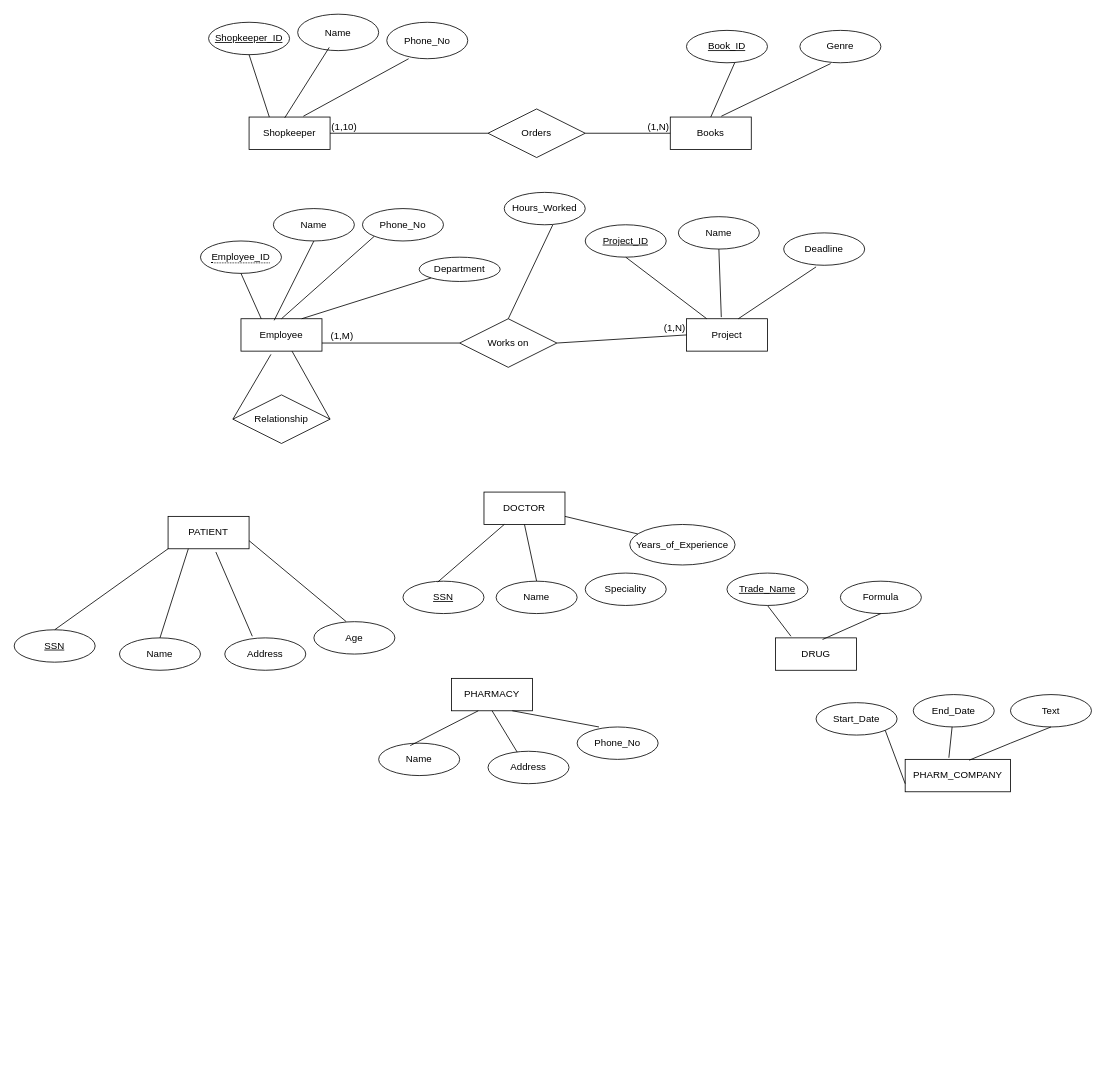
Earlier version of the draw.io diagram Untitled Diagram.drawio (dhy-ani/dbms). Source tidied: cells renumbered, new cells numbered last; positions are measured from the earlier drawing's top-left corner, leaving out a move shared by most shapes. Both pictures are drawn from the tidied source at 81%, with x=0, y=0 at pixel (14, 14).
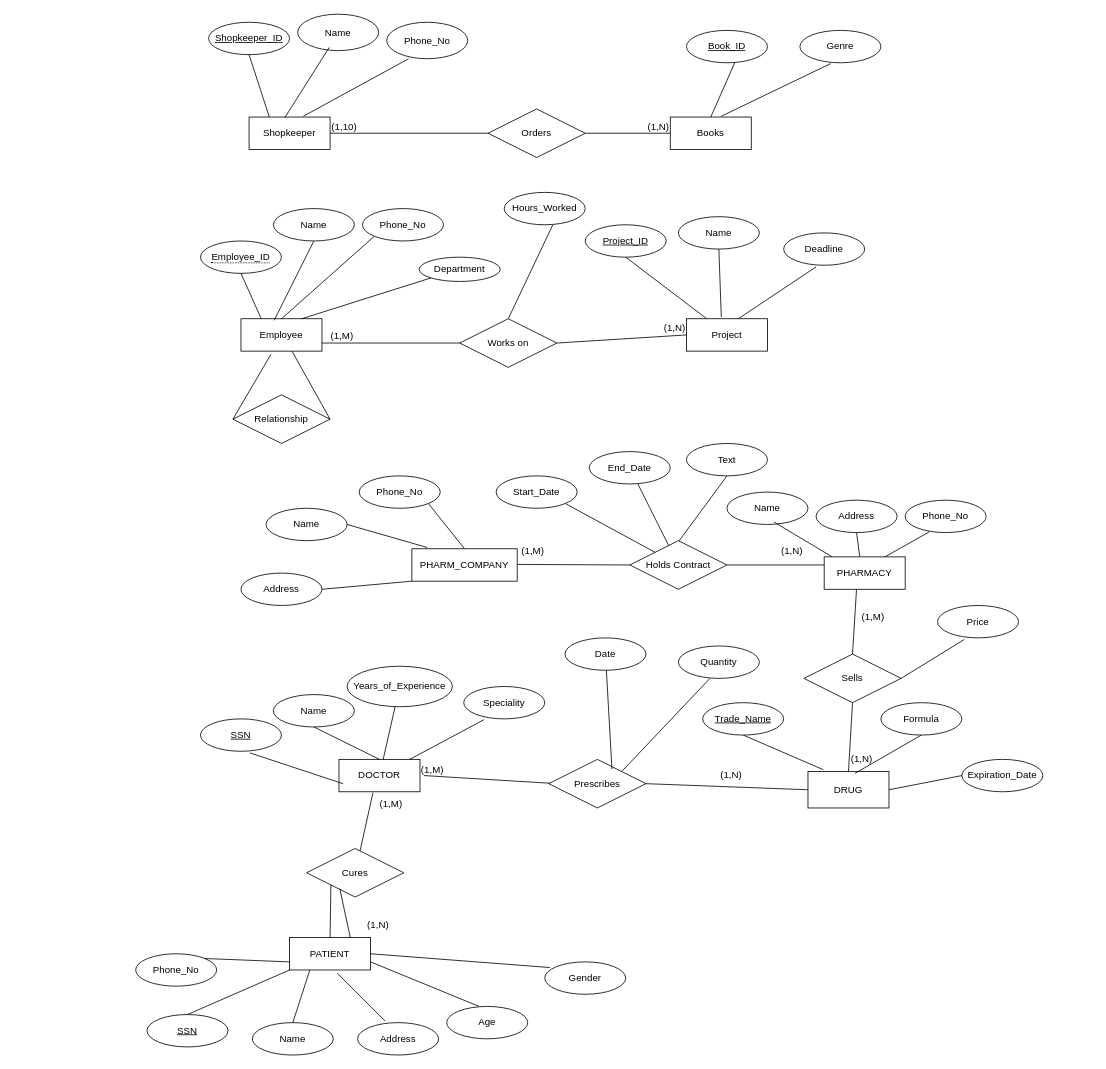
The same page after the edit.

Diff of the diagram source:
```diff
@@
     <mxCell id="45" value="PATIENT" style="whiteSpace=wrap;html=1;align=center;" parent="1" vertex="1">
-      <mxGeometry x="190" y="620" width="100" height="40" as="geometry" />
+      <mxGeometry x="340" y="1140" width="100" height="40" as="geometry" />
     </mxCell>
     <mxCell id="46" value="SSN" style="ellipse;whiteSpace=wrap;html=1;align=center;fontStyle=4;" parent="1" vertex="1">
-      <mxGeometry y="760" width="100" height="40" as="geometry" />
+      <mxGeometry x="164" y="1235" width="100" height="40" as="geometry" />
     </mxCell>
@@
     <mxCell id="48" value="Name" style="ellipse;whiteSpace=wrap;html=1;align=center;" parent="1" vertex="1">
-      <mxGeometry x="130" y="770" width="100" height="40" as="geometry" />
+      <mxGeometry x="294" y="1245" width="100" height="40" as="geometry" />
     </mxCell>
@@
     <mxCell id="50" value="Address" style="ellipse;whiteSpace=wrap;html=1;align=center;" parent="1" vertex="1">
-      <mxGeometry x="260" y="770" width="100" height="40" as="geometry" />
+      <mxGeometry x="424" y="1245" width="100" height="40" as="geometry" />
     </mxCell>
@@
     <mxCell id="52" value="Age" style="ellipse;whiteSpace=wrap;html=1;align=center;" parent="1" vertex="1">
-      <mxGeometry x="370" y="750" width="100" height="40" as="geometry" />
+      <mxGeometry x="534" y="1225" width="100" height="40" as="geometry" />
     </mxCell>
@@
     <mxCell id="54" value="DOCTOR" style="whiteSpace=wrap;html=1;align=center;" parent="1" vertex="1">
-      <mxGeometry x="580" y="590" width="100" height="40" as="geometry" />
+      <mxGeometry x="401" y="920" width="100" height="40" as="geometry" />
     </mxCell>
     <mxCell id="55" value="SSN" style="ellipse;whiteSpace=wrap;html=1;align=center;fontStyle=4;" parent="1" vertex="1">
-      <mxGeometry x="480" y="700" width="100" height="40" as="geometry" />
+      <mxGeometry x="230" y="870" width="100" height="40" as="geometry" />
     </mxCell>
-    <mxCell id="56" style="endArrow=none;html=1;rounded=0;exitX=0.43;exitY=0.025;exitDx=0;exitDy=0;entryX=0.25;entryY=1;entryDx=0;entryDy=0;exitPerimeter=0;" parent="1" edge="1" source="55" target="54">
-      <mxGeometry relative="1" as="geometry" />
+    <mxCell id="56" style="endArrow=none;html=1;rounded=0;exitX=0.61;exitY=1.05;exitDx=0;exitDy=0;exitPerimeter=0;" parent="1" edge="1" source="55">
+      <mxGeometry relative="1" as="geometry">
+        <mxPoint x="406" y="950" as="targetPoint" />
+      </mxGeometry>
     </mxCell>
     <mxCell id="57" value="Name" style="ellipse;whiteSpace=wrap;html=1;align=center;" parent="1" vertex="1">
-      <mxGeometry x="595" y="700" width="100" height="40" as="geometry" />
+      <mxGeometry x="320" y="840" width="100" height="40" as="geometry" />
     </mxCell>
-    <mxCell id="58" style="endArrow=none;html=1;rounded=0;exitX=0.5;exitY=1;exitDx=0;exitDy=0;entryX=0.5;entryY=0;entryDx=0;entryDy=0;" parent="1" edge="1" source="54" target="57">
+    <mxCell id="58" style="endArrow=none;html=1;rounded=0;exitX=0.5;exitY=0;exitDx=0;exitDy=0;entryX=0.5;entryY=1;entryDx=0;entryDy=0;" parent="1" edge="1" source="54" target="57">
       <mxGeometry relative="1" as="geometry" />
     </mxCell>
     <mxCell id="59" value="Years_of_Experience" style="ellipse;whiteSpace=wrap;html=1;align=center;" parent="1" vertex="1">
-      <mxGeometry x="760" y="630" width="130" height="50" as="geometry" />
+      <mxGeometry x="411" y="805" width="130" height="50" as="geometry" />
     </mxCell>
     <mxCell id="60" value="Speciality" style="ellipse;whiteSpace=wrap;html=1;align=center;" parent="1" vertex="1">
-      <mxGeometry x="705" y="690" width="100" height="40" as="geometry" />
+      <mxGeometry x="555" y="830" width="100" height="40" as="geometry" />
     </mxCell>
-    <mxCell id="61" style="endArrow=none;html=1;rounded=0;exitX=1;exitY=0.75;exitDx=0;exitDy=0;" parent="1" edge="1" source="54" target="59">
+    <mxCell id="61" style="endArrow=none;html=1;rounded=0;" parent="1" edge="1" source="54" target="59">
       <mxGeometry relative="1" as="geometry" />
     </mxCell>
-    <mxCell id="62" value="PHARMACY" style="whiteSpace=wrap;html=1;align=center;" parent="1" vertex="1">
-      <mxGeometry x="540" y="820" width="100" height="40" as="geometry" />
-    </mxCell>
     <mxCell id="63" value="Name" style="ellipse;whiteSpace=wrap;html=1;align=center;" parent="1" vertex="1">
-      <mxGeometry x="450" y="900" width="100" height="40" as="geometry" />
+      <mxGeometry x="880" y="590" width="100" height="40" as="geometry" />
     </mxCell>
     <mxCell id="64" value="Address" style="ellipse;whiteSpace=wrap;html=1;align=center;" parent="1" vertex="1">
-      <mxGeometry x="585" y="910" width="100" height="40" as="geometry" />
+      <mxGeometry x="990" y="600" width="100" height="40" as="geometry" />
     </mxCell>
     <mxCell id="65" value="Phone_No" style="ellipse;whiteSpace=wrap;html=1;align=center;" parent="1" vertex="1">
-      <mxGeometry x="695" y="880" width="100" height="40" as="geometry" />
+      <mxGeometry x="1100" y="600" width="100" height="40" as="geometry" />
     </mxCell>
-    <mxCell id="66" style="endArrow=none;html=1;rounded=0;exitX=0.5;exitY=1;exitDx=0;exitDy=0;entryX=0.36;entryY=0.025;entryDx=0;entryDy=0;entryPerimeter=0;" parent="1" edge="1" source="62" target="64">
+    <mxCell id="66" style="endArrow=none;html=1;rounded=0;exitX=0.44;exitY=0;exitDx=0;exitDy=0;entryX=0.5;entryY=1;entryDx=0;entryDy=0;exitPerimeter=0;" parent="1" edge="1" source="62" target="64">
       <mxGeometry relative="1" as="geometry" />
     </mxCell>
-    <mxCell id="67" style="endArrow=none;html=1;rounded=0;exitX=0.39;exitY=0.075;exitDx=0;exitDy=0;exitPerimeter=0;entryX=0.33;entryY=1;entryDx=0;entryDy=0;entryPerimeter=0;" parent="1" edge="1" source="63" target="62">
+    <mxCell id="67" style="endArrow=none;html=1;rounded=0;exitX=0.58;exitY=0.925;exitDx=0;exitDy=0;exitPerimeter=0;entryX=0.1;entryY=0;entryDx=0;entryDy=0;entryPerimeter=0;" parent="1" edge="1" source="63" target="62">
       <mxGeometry relative="1" as="geometry" />
     </mxCell>
-    <mxCell id="68" style="endArrow=none;html=1;rounded=0;exitX=0.75;exitY=1;exitDx=0;exitDy=0;entryX=0.27;entryY=0;entryDx=0;entryDy=0;entryPerimeter=0;" parent="1" edge="1" source="62" target="65">
+    <mxCell id="68" style="endArrow=none;html=1;rounded=0;exitX=0.75;exitY=0;exitDx=0;exitDy=0;entryX=0.3;entryY=0.975;entryDx=0;entryDy=0;entryPerimeter=0;" parent="1" edge="1" source="62" target="65">
       <mxGeometry relative="1" as="geometry" />
     </mxCell>
     <mxCell id="69" value="DRUG" style="whiteSpace=wrap;html=1;align=center;" parent="1" vertex="1">
-      <mxGeometry x="940" y="770" width="100" height="40" as="geometry" />
+      <mxGeometry x="980" y="935" width="100" height="45" as="geometry" />
     </mxCell>
     <mxCell id="70" value="Formula" style="ellipse;whiteSpace=wrap;html=1;align=center;" parent="1" vertex="1">
-      <mxGeometry x="1020" y="700" width="100" height="40" as="geometry" />
+      <mxGeometry x="1070" y="850" width="100" height="40" as="geometry" />
     </mxCell>
@@
     <mxCell id="73" value="PHARM_COMPANY" style="whiteSpace=wrap;html=1;align=center;" parent="1" vertex="1">
-      <mxGeometry x="1100" y="920" width="130" height="40" as="geometry" />
+      <mxGeometry x="491" y="660" width="130" height="40" as="geometry" />
     </mxCell>
     <mxCell id="74" value="End_Date" style="ellipse;whiteSpace=wrap;html=1;align=center;" parent="1" vertex="1">
-      <mxGeometry x="1110" y="840" width="100" height="40" as="geometry" />
+      <mxGeometry x="710" y="540" width="100" height="40" as="geometry" />
     </mxCell>
     <mxCell id="75" value="Text" style="ellipse;whiteSpace=wrap;html=1;align=center;" parent="1" vertex="1">
-      <mxGeometry x="1230" y="840" width="100" height="40" as="geometry" />
+      <mxGeometry x="830" y="530" width="100" height="40" as="geometry" />
     </mxCell>
     <mxCell id="76" value="Start_Date" style="ellipse;whiteSpace=wrap;html=1;align=center;" parent="1" vertex="1">
-      <mxGeometry x="990" y="850" width="100" height="40" as="geometry" />
+      <mxGeometry x="595" y="570" width="100" height="40" as="geometry" />
     </mxCell>
-    <mxCell id="77" style="endArrow=none;html=1;rounded=0;exitX=1;exitY=1;exitDx=0;exitDy=0;entryX=0;entryY=0.75;entryDx=0;entryDy=0;" parent="1" edge="1" source="76" target="73">
+    <mxCell id="77" style="endArrow=none;html=1;rounded=0;exitX=1;exitY=1;exitDx=0;exitDy=0;" parent="1" edge="1" source="76" target="104">
       <mxGeometry relative="1" as="geometry" />
     </mxCell>
-    <mxCell id="78" style="endArrow=none;html=1;rounded=0;exitX=0.608;exitY=0.025;exitDx=0;exitDy=0;exitPerimeter=0;entryX=0.5;entryY=1;entryDx=0;entryDy=0;" parent="1" edge="1" source="73" target="75">
+    <mxCell id="78" style="endArrow=none;html=1;rounded=0;exitX=0.608;exitY=0.025;exitDx=0;exitDy=0;exitPerimeter=0;entryX=0.5;entryY=1;entryDx=0;entryDy=0;" parent="1" edge="1" target="75">
       <mxGeometry relative="1" as="geometry">
-        <Array as="points">
-          <mxPoint x="1230" y="900" />
-        </Array>
+        <mxPoint x="813" y="661" as="sourcePoint" />
       </mxGeometry>
     </mxCell>
-    <mxCell id="79" style="endArrow=none;html=1;rounded=0;entryX=0.415;entryY=-0.05;entryDx=0;entryDy=0;entryPerimeter=0;" parent="1" edge="1" source="74" target="73">
+    <mxCell id="79" style="endArrow=none;html=1;rounded=0;" parent="1" edge="1" source="74" target="104">
       <mxGeometry relative="1" as="geometry" />
     </mxCell>
     <mxCell id="80" value="Trade_Name" style="ellipse;whiteSpace=wrap;html=1;align=center;fontStyle=4;" parent="1" vertex="1">
-      <mxGeometry x="880" y="690" width="100" height="40" as="geometry" />
+      <mxGeometry x="850" y="850" width="100" height="40" as="geometry" />
     </mxCell>
+    <mxCell id="81" style="endArrow=none;html=1;rounded=0;entryX=0.25;entryY=1.025;entryDx=0;entryDy=0;entryPerimeter=0;" parent="1" edge="1" source="54" target="60">
+      <mxGeometry relative="1" as="geometry" />
+    </mxCell>
+    <mxCell id="82" value="Cures" style="shape=rhombus;perimeter=rhombusPerimeter;whiteSpace=wrap;html=1;align=center;" parent="1" vertex="1">
+      <mxGeometry x="361" y="1030" width="120" height="60" as="geometry" />
+    </mxCell>
+    <mxCell id="83" style="endArrow=none;html=1;rounded=0;exitX=0.5;exitY=0;exitDx=0;exitDy=0;entryX=0;entryY=1;entryDx=0;entryDy=0;" parent="1" edge="1" source="45" target="82">
+      <mxGeometry relative="1" as="geometry" />
+    </mxCell>
+    <mxCell id="84" style="endArrow=none;html=1;rounded=0;entryX=0.42;entryY=1.025;entryDx=0;entryDy=0;entryPerimeter=0;" parent="1" edge="1" source="82" target="54">
+      <mxGeometry relative="1" as="geometry" />
+    </mxCell>
+    <mxCell id="85" value="(1,M)" style="text;html=1;align=center;verticalAlign=middle;strokeColor=none;fillColor=none;" parent="1" vertex="1">
+      <mxGeometry x="440" y="960" width="50" height="30" as="geometry" />
+    </mxCell>
+    <mxCell id="86" style="endArrow=none;html=1;rounded=0;exitX=0.75;exitY=0;exitDx=0;exitDy=0;entryX=0.342;entryY=0.833;entryDx=0;entryDy=0;entryPerimeter=0;" parent="1" edge="1" source="45" target="82">
+      <mxGeometry relative="1" as="geometry" />
+    </mxCell>
+    <mxCell id="87" value="(1,N)" style="text;html=1;align=center;verticalAlign=middle;strokeColor=none;fillColor=none;" parent="1" vertex="1">
+      <mxGeometry x="424" y="1110" width="50" height="30" as="geometry" />
+    </mxCell>
+    <mxCell id="88" style="endArrow=none;html=1;rounded=0;entryX=0.058;entryY=0.533;entryDx=0;entryDy=0;entryPerimeter=0;" parent="1" edge="1">
+      <mxGeometry relative="1" as="geometry">
+        <mxPoint x="506" y="940" as="sourcePoint" />
+        <mxPoint x="703" y="952" as="targetPoint" />
+      </mxGeometry>
+    </mxCell>
+    <mxCell id="89" value="Prescribes" style="shape=rhombus;perimeter=rhombusPerimeter;whiteSpace=wrap;html=1;align=center;" parent="1" vertex="1">
+      <mxGeometry x="660" y="920" width="120" height="60" as="geometry" />
+    </mxCell>
+    <mxCell id="90" style="endArrow=none;html=1;rounded=0;exitX=1;exitY=0.5;exitDx=0;exitDy=0;entryX=0;entryY=0.5;entryDx=0;entryDy=0;" parent="1" edge="1" source="89" target="69">
+      <mxGeometry relative="1" as="geometry" />
+    </mxCell>
+    <mxCell id="91" value="Date" style="ellipse;whiteSpace=wrap;html=1;align=center;" parent="1" vertex="1">
+      <mxGeometry x="680" y="770" width="100" height="40" as="geometry" />
+    </mxCell>
+    <mxCell id="92" value="Quantity" style="ellipse;whiteSpace=wrap;html=1;align=center;" parent="1" vertex="1">
+      <mxGeometry x="820" y="780" width="100" height="40" as="geometry" />
+    </mxCell>
+    <mxCell id="93" style="endArrow=none;html=1;rounded=0;exitX=0.65;exitY=0.2;exitDx=0;exitDy=0;exitPerimeter=0;" parent="1" edge="1" source="89" target="91">
+      <mxGeometry relative="1" as="geometry" />
+    </mxCell>
+    <mxCell id="94" style="endArrow=none;html=1;rounded=0;exitX=1;exitY=0;exitDx=0;exitDy=0;entryX=0.39;entryY=1;entryDx=0;entryDy=0;entryPerimeter=0;" parent="1" edge="1" source="89" target="92">
+      <mxGeometry relative="1" as="geometry" />
+    </mxCell>
+    <mxCell id="95" value="(1,M)" style="text;html=1;align=center;verticalAlign=middle;strokeColor=none;fillColor=none;" parent="1" vertex="1">
+      <mxGeometry x="491" y="918" width="50" height="30" as="geometry" />
+    </mxCell>
+    <mxCell id="96" value="(1,N)" style="text;html=1;align=center;verticalAlign=middle;strokeColor=none;fillColor=none;" parent="1" vertex="1">
+      <mxGeometry x="860" y="925" width="50" height="30" as="geometry" />
+    </mxCell>
+    <mxCell id="97" style="endArrow=none;html=1;rounded=0;exitX=0.5;exitY=0;exitDx=0;exitDy=0;entryX=0.5;entryY=1;entryDx=0;entryDy=0;" parent="1" edge="1" source="69" target="98">
+      <mxGeometry relative="1" as="geometry" />
+    </mxCell>
+    <mxCell id="98" value="Sells" style="shape=rhombus;perimeter=rhombusPerimeter;whiteSpace=wrap;html=1;align=center;" parent="1" vertex="1">
+      <mxGeometry x="975" y="790" width="120" height="60" as="geometry" />
+    </mxCell>
+    <mxCell id="99" value="Price" style="ellipse;whiteSpace=wrap;html=1;align=center;" parent="1" vertex="1">
+      <mxGeometry x="1140" y="730" width="100" height="40" as="geometry" />
+    </mxCell>
+    <mxCell id="100" style="endArrow=none;html=1;rounded=0;exitX=1;exitY=0.5;exitDx=0;exitDy=0;entryX=0.33;entryY=1.05;entryDx=0;entryDy=0;entryPerimeter=0;" parent="1" edge="1" source="98" target="99">
+      <mxGeometry relative="1" as="geometry" />
+    </mxCell>
+    <mxCell id="101" style="endArrow=none;html=1;rounded=0;exitX=0.4;exitY=0.975;exitDx=0;exitDy=0;exitPerimeter=0;entryX=0.5;entryY=0;entryDx=0;entryDy=0;" parent="1" edge="1" source="62" target="98">
+      <mxGeometry relative="1" as="geometry" />
+    </mxCell>
+    <mxCell id="102" value="(1,N)" style="text;html=1;align=center;verticalAlign=middle;strokeColor=none;fillColor=none;" parent="1" vertex="1">
+      <mxGeometry x="1021" y="905" width="50" height="30" as="geometry" />
+    </mxCell>
+    <mxCell id="103" value="(1,M)" style="text;html=1;align=center;verticalAlign=middle;strokeColor=none;fillColor=none;" parent="1" vertex="1">
+      <mxGeometry x="1035" y="730" width="50" height="30" as="geometry" />
+    </mxCell>
+    <mxCell id="104" value="Holds Contract" style="shape=rhombus;perimeter=rhombusPerimeter;whiteSpace=wrap;html=1;align=center;" parent="1" vertex="1">
+      <mxGeometry x="760" y="650" width="120" height="60" as="geometry" />
+    </mxCell>
+    <mxCell id="105" style="endArrow=none;html=1;rounded=0;entryX=0;entryY=0.5;entryDx=0;entryDy=0;" parent="1" edge="1" target="104">
+      <mxGeometry relative="1" as="geometry">
+        <mxPoint x="621" y="679.3" as="sourcePoint" />
+      </mxGeometry>
+    </mxCell>
+    <mxCell id="106" style="endArrow=none;html=1;rounded=0;" parent="1" edge="1" source="62">
+      <mxGeometry relative="1" as="geometry">
+        <mxPoint x="1050" y="690" as="targetPoint" />
+      </mxGeometry>
+    </mxCell>
+    <mxCell id="107" style="endArrow=none;html=1;rounded=0;exitX=1;exitY=0.5;exitDx=0;exitDy=0;entryX=0.05;entryY=0.25;entryDx=0;entryDy=0;entryPerimeter=0;" parent="1" edge="1" source="104" target="62">
+      <mxGeometry relative="1" as="geometry" />
+    </mxCell>
+    <mxCell id="62" value="PHARMACY" style="whiteSpace=wrap;html=1;align=center;" parent="1" vertex="1">
+      <mxGeometry x="1000" y="670" width="100" height="40" as="geometry" />
+    </mxCell>
+    <mxCell id="108" value="(1,M)" style="text;html=1;align=center;verticalAlign=middle;strokeColor=none;fillColor=none;" parent="1" vertex="1">
+      <mxGeometry x="615" y="648" width="50" height="30" as="geometry" />
+    </mxCell>
+    <mxCell id="109" value="(1,N)" style="text;html=1;align=center;verticalAlign=middle;strokeColor=none;fillColor=none;" parent="1" vertex="1">
+      <mxGeometry x="935" y="648" width="50" height="30" as="geometry" />
+    </mxCell>
+    <mxCell id="110" value="Gender" style="ellipse;whiteSpace=wrap;html=1;align=center;" parent="1" vertex="1">
+      <mxGeometry x="655" y="1170" width="100" height="40" as="geometry" />
+    </mxCell>
+    <mxCell id="111" style="endArrow=none;html=1;rounded=0;exitX=1;exitY=0.5;exitDx=0;exitDy=0;entryX=0.064;entryY=0.175;entryDx=0;entryDy=0;entryPerimeter=0;" parent="1" edge="1" source="45" target="110">
+      <mxGeometry relative="1" as="geometry" />
+    </mxCell>
+    <mxCell id="112" value="Expiration_Date" style="ellipse;whiteSpace=wrap;html=1;align=center;" parent="1" vertex="1">
+      <mxGeometry x="1170" y="920" width="100" height="40" as="geometry" />
+    </mxCell>
+    <mxCell id="113" style="endArrow=none;html=1;rounded=0;exitX=1;exitY=0.5;exitDx=0;exitDy=0;entryX=0;entryY=0.5;entryDx=0;entryDy=0;" parent="1" edge="1" source="69" target="112">
+      <mxGeometry relative="1" as="geometry" />
+    </mxCell>
+    <mxCell id="114" value="Phone_No" style="ellipse;whiteSpace=wrap;html=1;align=center;" parent="1" vertex="1">
+      <mxGeometry x="150" y="1160" width="100" height="40" as="geometry" />
+    </mxCell>
+    <mxCell id="115" style="endArrow=none;html=1;rounded=0;exitX=1;exitY=0;exitDx=0;exitDy=0;entryX=0;entryY=0.75;entryDx=0;entryDy=0;" parent="1" edge="1" source="114" target="45">
+      <mxGeometry relative="1" as="geometry" />
+    </mxCell>
+    <mxCell id="116" value="Name" style="ellipse;whiteSpace=wrap;html=1;align=center;" parent="1" vertex="1">
+      <mxGeometry x="311" y="610" width="100" height="40" as="geometry" />
+    </mxCell>
+    <mxCell id="117" value="Phone_No" style="ellipse;whiteSpace=wrap;html=1;align=center;" parent="1" vertex="1">
+      <mxGeometry x="426" y="570" width="100" height="40" as="geometry" />
+    </mxCell>
+    <mxCell id="118" value="Address" style="ellipse;whiteSpace=wrap;html=1;align=center;" parent="1" vertex="1">
+      <mxGeometry x="280" y="690" width="100" height="40" as="geometry" />
+    </mxCell>
+    <mxCell id="119" style="endArrow=none;html=1;rounded=0;exitX=1;exitY=1;exitDx=0;exitDy=0;entryX=0.5;entryY=0;entryDx=0;entryDy=0;" parent="1" edge="1" source="117" target="73">
+      <mxGeometry relative="1" as="geometry" />
+    </mxCell>
+    <mxCell id="120" style="endArrow=none;html=1;rounded=0;entryX=0;entryY=1;entryDx=0;entryDy=0;exitX=1;exitY=0.5;exitDx=0;exitDy=0;" parent="1" edge="1" source="118" target="73">
+      <mxGeometry relative="1" as="geometry" />
+    </mxCell>
+    <mxCell id="121" style="endArrow=none;html=1;rounded=0;exitX=1;exitY=0.5;exitDx=0;exitDy=0;entryX=0.146;entryY=-0.039;entryDx=0;entryDy=0;entryPerimeter=0;" parent="1" edge="1" source="116" target="73">
+      <mxGeometry relative="1" as="geometry" />
+    </mxCell>
```
